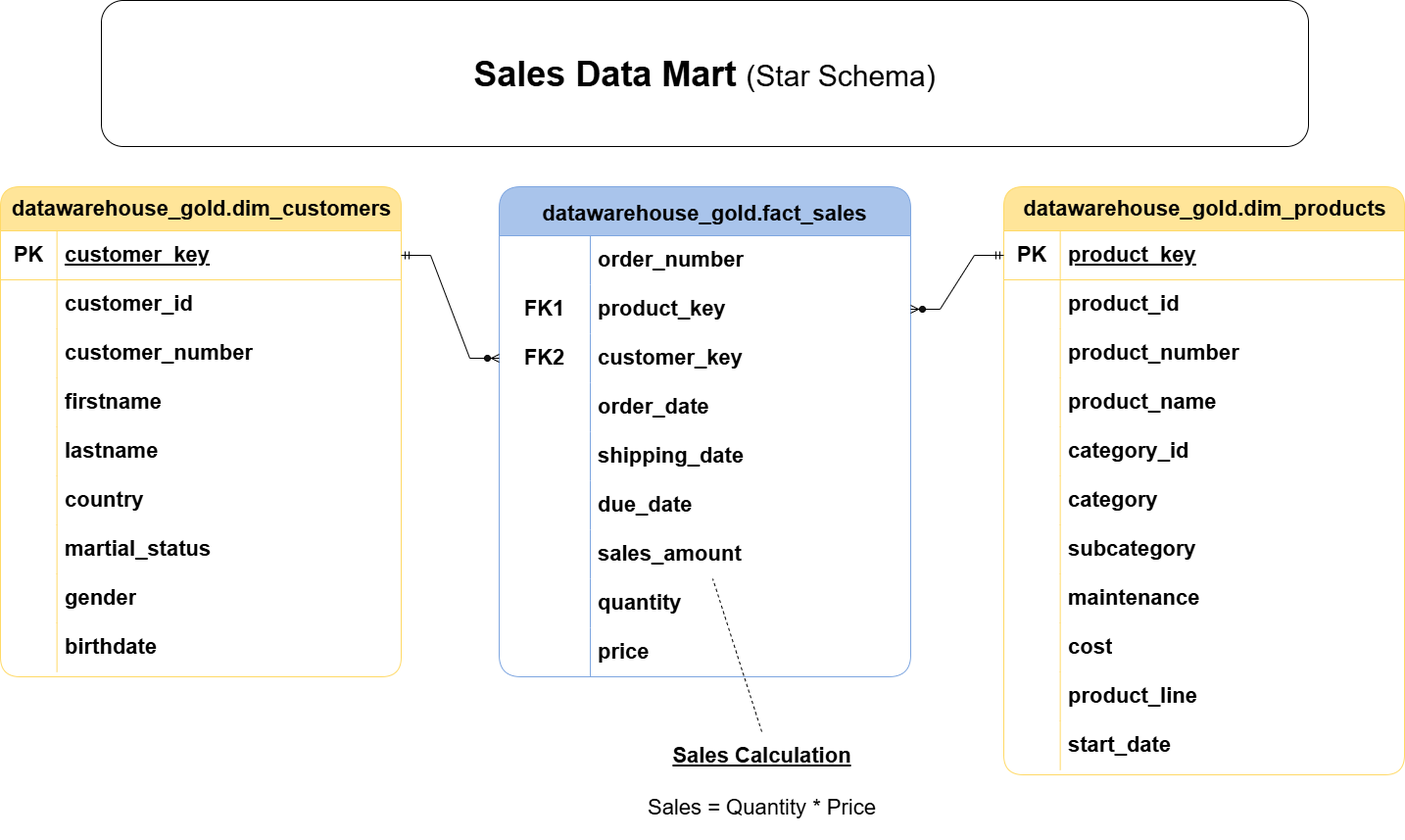
The draw.io diagram docs/data_model.png in Rselayva/mysql-data-warehouse-project, before a commit. Source tidied: cells renumbered, new cells last; positions are measured from the earlier drawing's top-left corner, leaving out a move shared by most shapes.
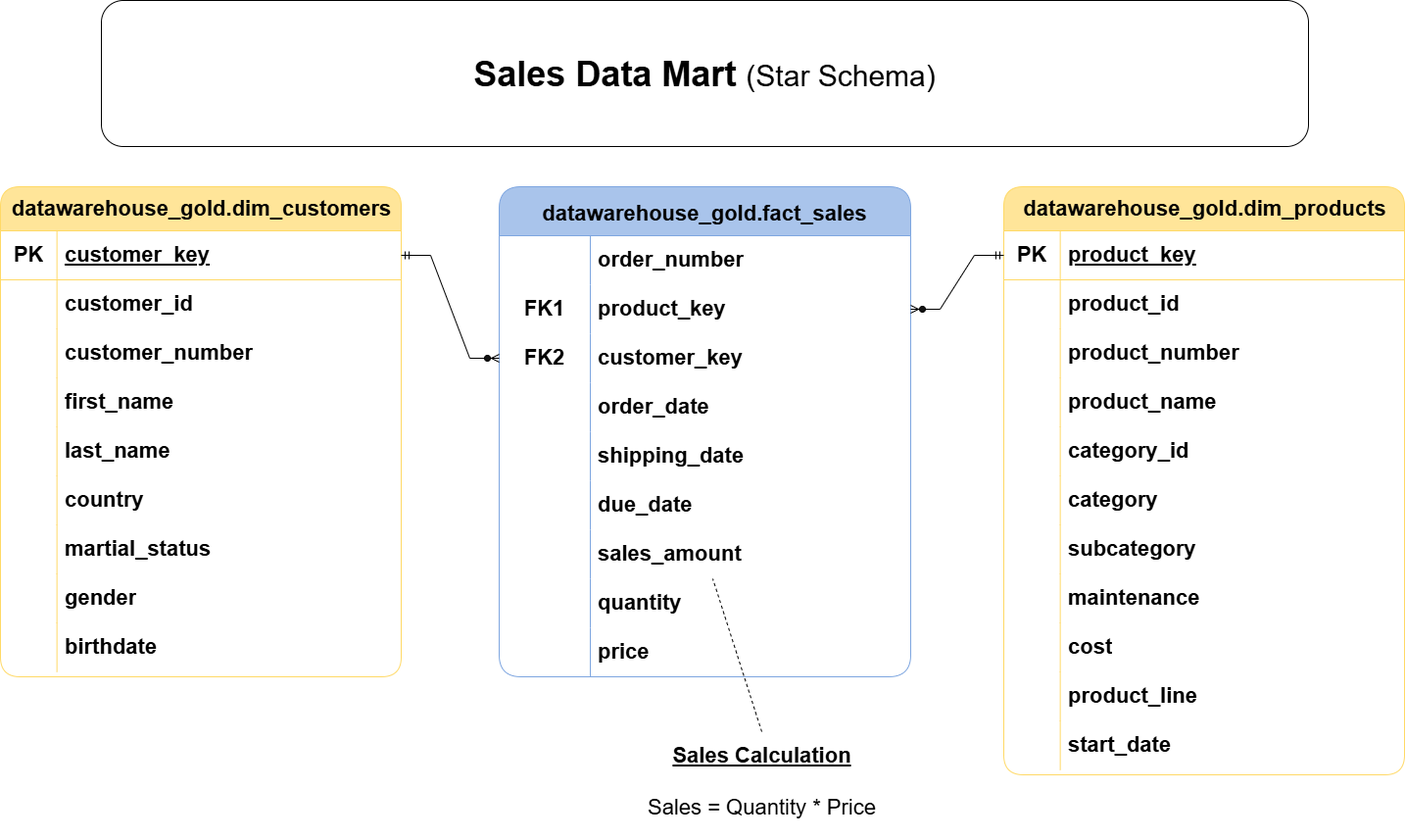
After the change.

Diff of the diagram source:
```diff
@@ -41,7 +41,7 @@
     <mxCell id="14" style="shape=partialRectangle;fillColor=none;top=0;left=0;bottom=0;right=0;overflow=hidden;whiteSpace=wrap;html=1;strokeColor=light-dark(#000000,#FFD966);fontColor=light-dark(#000000,#000000);fontSize=22;" parent="13" vertex="1">
       <mxGeometry width="57.6" height="50" as="geometry" />
     </mxCell>
-    <mxCell id="15" value="firstname" style="shape=partialRectangle;fillColor=none;top=0;left=0;bottom=0;right=0;align=left;spacingLeft=6;overflow=hidden;whiteSpace=wrap;html=1;strokeColor=light-dark(#000000,#FFD966);fontColor=light-dark(#000000,#000000);fontSize=22;fontStyle=1;" parent="13" vertex="1">
+    <mxCell id="15" value="first_name" style="shape=partialRectangle;fillColor=none;top=0;left=0;bottom=0;right=0;align=left;spacingLeft=6;overflow=hidden;whiteSpace=wrap;html=1;strokeColor=light-dark(#000000,#FFD966);fontColor=light-dark(#000000,#000000);fontSize=22;fontStyle=1;" parent="13" vertex="1">
       <mxGeometry x="57.6" width="351.4" height="50" as="geometry" />
     </mxCell>
     <mxCell id="16" style="shape=tableRow;horizontal=0;startSize=0;swimlaneHead=0;swimlaneBody=0;fillColor=none;top=0;left=0;right=0;bottom=0;strokeColor=light-dark(#000000,#FFD966);" parent="3" vertex="1">
@@ -50,7 +50,7 @@
     <mxCell id="17" style="shape=partialRectangle;fillColor=none;top=0;left=0;bottom=0;right=0;overflow=hidden;whiteSpace=wrap;html=1;strokeColor=light-dark(#000000,#FFD966);fontColor=light-dark(#000000,#000000);fontSize=22;" parent="16" vertex="1">
       <mxGeometry width="57.6" height="50" as="geometry" />
     </mxCell>
-    <mxCell id="18" value="lastname" style="shape=partialRectangle;fillColor=none;top=0;left=0;bottom=0;right=0;align=left;spacingLeft=6;overflow=hidden;whiteSpace=wrap;html=1;strokeColor=light-dark(#000000,#FFD966);fontColor=light-dark(#000000,#000000);fontSize=22;fontStyle=1;" parent="16" vertex="1">
+    <mxCell id="18" value="last_name" style="shape=partialRectangle;fillColor=none;top=0;left=0;bottom=0;right=0;align=left;spacingLeft=6;overflow=hidden;whiteSpace=wrap;html=1;strokeColor=light-dark(#000000,#FFD966);fontColor=light-dark(#000000,#000000);fontSize=22;fontStyle=1;" parent="16" vertex="1">
       <mxGeometry x="57.6" width="351.4" height="50" as="geometry" />
     </mxCell>
     <mxCell id="19" style="shape=tableRow;horizontal=0;startSize=0;swimlaneHead=0;swimlaneBody=0;fillColor=none;top=0;left=0;right=0;bottom=0;strokeColor=light-dark(#000000,#FFD966);" parent="3" vertex="1">
```
